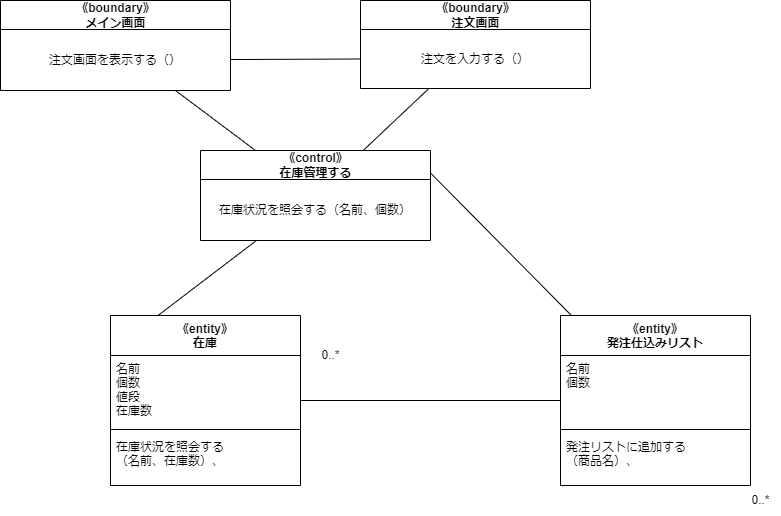
Before: psp4/分析モデルのクラス図/分析モデルクラス図_オーダー.drawio.png, a diagram exported from draw.io (MasakiHiguchi/---). Source tidied: cells renumbered, new cells last; positions are measured from the earlier drawing's top-left corner, leaving out a move shared by most shapes. Its diagram source:
```xml
<mxGraphModel>
  <root>
    <mxCell id="0" />
    <mxCell id="1" parent="0" />
    <mxCell id="2" style="edgeStyle=none;html=1;entryX=0;entryY=0.5;entryDx=0;entryDy=0;endArrow=none;endFill=0;" parent="1" edge="1" source="3" target="19">
      <mxGeometry relative="1" as="geometry" />
    </mxCell>
    <mxCell id="3" value="《entity》&#10;在庫" style="swimlane;fontStyle=1;align=center;verticalAlign=top;horizontal=1;startSize=40;" parent="1" vertex="1">
      <mxGeometry x="110" y="315" width="190" height="170" as="geometry" />
    </mxCell>
    <mxCell id="4" value="名前&#10;個数&#10;値段&#10;在庫数" style="text;strokeColor=none;fillColor=none;align=left;verticalAlign=top;spacingLeft=4;spacingRight=4;overflow=hidden;" parent="3" vertex="1">
      <mxGeometry y="40" width="190" height="70" as="geometry" />
    </mxCell>
    <mxCell id="5" style="line;strokeWidth=1;fillColor=none;align=left;verticalAlign=middle;spacingTop=-1;spacingLeft=3;spacingRight=3;labelPosition=right;strokeColor=inherit;" parent="3" vertex="1">
      <mxGeometry y="110" width="190" height="8" as="geometry" />
    </mxCell>
    <mxCell id="6" value="在庫状況を照会する&#10;（名前、在庫数）、" style="text;strokeColor=none;fillColor=none;align=left;verticalAlign=top;spacingLeft=4;spacingRight=4;overflow=hidden;" parent="3" vertex="1">
      <mxGeometry y="118" width="190" height="52" as="geometry" />
    </mxCell>
    <mxCell id="7" value="0..*" style="text;html=1;align=center;verticalAlign=middle;strokeColor=none;fillColor=none;" parent="1" vertex="1">
      <mxGeometry x="310" y="340" width="40" height="30" as="geometry" />
    </mxCell>
    <mxCell id="8" style="edgeStyle=none;html=1;entryX=0.25;entryY=0;entryDx=0;entryDy=0;endArrow=none;endFill=0;" parent="1" edge="1" source="9" target="3">
      <mxGeometry relative="1" as="geometry" />
    </mxCell>
    <mxCell id="9" value="《control》&lt;br&gt;在庫管理する" style="swimlane;fontStyle=1;align=center;verticalAlign=middle;horizontal=1;startSize=29;html=1;" parent="1" vertex="1">
      <mxGeometry x="200" y="150" width="230" height="90" as="geometry" />
    </mxCell>
    <mxCell id="10" value="在庫状況を照会する（名前、個数）" style="text;html=1;strokeColor=none;fillColor=none;align=center;verticalAlign=middle;spacingLeft=4;spacingRight=4;overflow=hidden;" parent="9" vertex="1">
      <mxGeometry y="29" width="230" height="61" as="geometry" />
    </mxCell>
    <mxCell id="11" style="edgeStyle=none;html=1;endArrow=none;endFill=0;" parent="1" edge="1" source="12" target="9">
      <mxGeometry relative="1" as="geometry" />
    </mxCell>
    <mxCell id="12" value="《boundary》&lt;br&gt;メイン画面" style="swimlane;fontStyle=1;align=center;verticalAlign=middle;horizontal=1;startSize=29;html=1;" parent="1" vertex="1">
      <mxGeometry width="230" height="90" as="geometry" />
    </mxCell>
    <mxCell id="13" value="注文画面を表示する（）" style="text;html=1;strokeColor=none;fillColor=none;align=center;verticalAlign=middle;spacingLeft=4;spacingRight=4;overflow=hidden;points=[[0,0.5],[1,0.5]];portConstraint=eastwest;" parent="12" vertex="1">
      <mxGeometry y="29" width="230" height="61" as="geometry" />
    </mxCell>
    <mxCell id="14" style="edgeStyle=none;html=1;endArrow=none;endFill=0;" parent="1" edge="1" source="15" target="9">
      <mxGeometry relative="1" as="geometry" />
    </mxCell>
    <mxCell id="15" value="《boundary》&lt;br&gt;注文画面" style="swimlane;fontStyle=1;align=center;verticalAlign=middle;horizontal=1;startSize=29;html=1;" parent="1" vertex="1">
      <mxGeometry x="360" width="230" height="88" as="geometry" />
    </mxCell>
    <mxCell id="16" value="注文を入力する（）" style="text;html=1;strokeColor=none;fillColor=none;align=center;verticalAlign=middle;spacingLeft=4;spacingRight=4;overflow=hidden;points=[[0,0.5],[1,0.5]];portConstraint=eastwest;" parent="15" vertex="1">
      <mxGeometry y="29" width="230" height="59" as="geometry" />
    </mxCell>
    <mxCell id="17" style="edgeStyle=none;html=1;entryX=0;entryY=0.5;entryDx=0;entryDy=0;endArrow=none;endFill=0;" parent="1" edge="1" source="13" target="16">
      <mxGeometry relative="1" as="geometry" />
    </mxCell>
    <mxCell id="18" style="edgeStyle=none;html=1;entryX=1;entryY=0.25;entryDx=0;entryDy=0;endArrow=none;endFill=0;" parent="1" edge="1" source="19" target="9">
      <mxGeometry relative="1" as="geometry" />
    </mxCell>
    <mxCell id="19" value="《entity》&#10;発注仕込みリスト" style="swimlane;fontStyle=1;align=center;verticalAlign=top;horizontal=1;startSize=40;" parent="1" vertex="1">
      <mxGeometry x="560" y="315" width="190" height="170" as="geometry" />
    </mxCell>
    <mxCell id="20" value="名前&#10;個数" style="text;strokeColor=none;fillColor=none;align=left;verticalAlign=top;spacingLeft=4;spacingRight=4;overflow=hidden;" parent="19" vertex="1">
      <mxGeometry y="40" width="190" height="70" as="geometry" />
    </mxCell>
    <mxCell id="21" style="line;strokeWidth=1;fillColor=none;align=left;verticalAlign=middle;spacingTop=-1;spacingLeft=3;spacingRight=3;labelPosition=right;strokeColor=inherit;" parent="19" vertex="1">
      <mxGeometry y="110" width="190" height="8" as="geometry" />
    </mxCell>
    <mxCell id="22" value="発注リストに追加する&#10;（商品名）、" style="text;strokeColor=none;fillColor=none;align=left;verticalAlign=top;spacingLeft=4;spacingRight=4;overflow=hidden;" parent="19" vertex="1">
      <mxGeometry y="118" width="190" height="52" as="geometry" />
    </mxCell>
    <mxCell id="23" value="0..*" style="text;html=1;align=center;verticalAlign=middle;strokeColor=none;fillColor=none;" parent="1" vertex="1">
      <mxGeometry x="740" y="485" width="40" height="30" as="geometry" />
    </mxCell>
  </root>
</mxGraphModel>
```
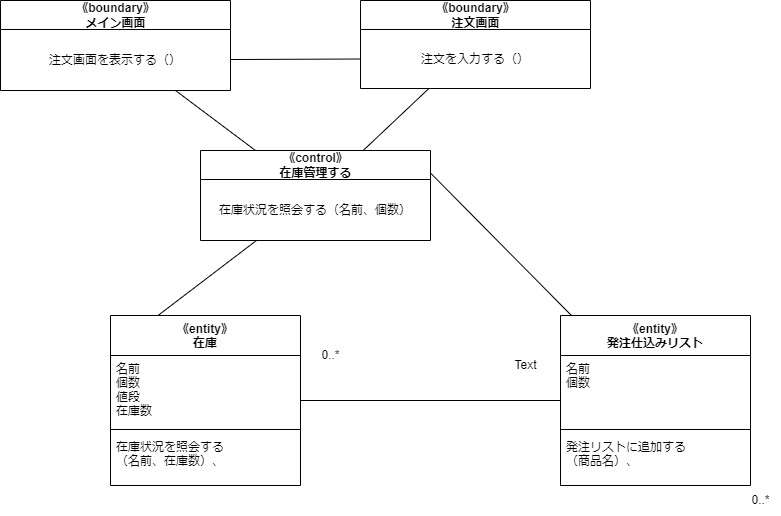
Later version of the same file.

Change to the diagram source:
```diff
@@ -68,5 +68,8 @@
     <mxCell id="23" value="0..*" style="text;html=1;align=center;verticalAlign=middle;strokeColor=none;fillColor=none;" parent="1" vertex="1">
       <mxGeometry x="740" y="485" width="40" height="30" as="geometry" />
     </mxCell>
+    <mxCell id="24" value="Text" style="text;html=1;align=center;verticalAlign=middle;strokeColor=none;fillColor=none;" parent="1" vertex="1">
+      <mxGeometry x="500" y="350" width="50" height="30" as="geometry" />
+    </mxCell>
   </root>
 </mxGraphModel>
```
